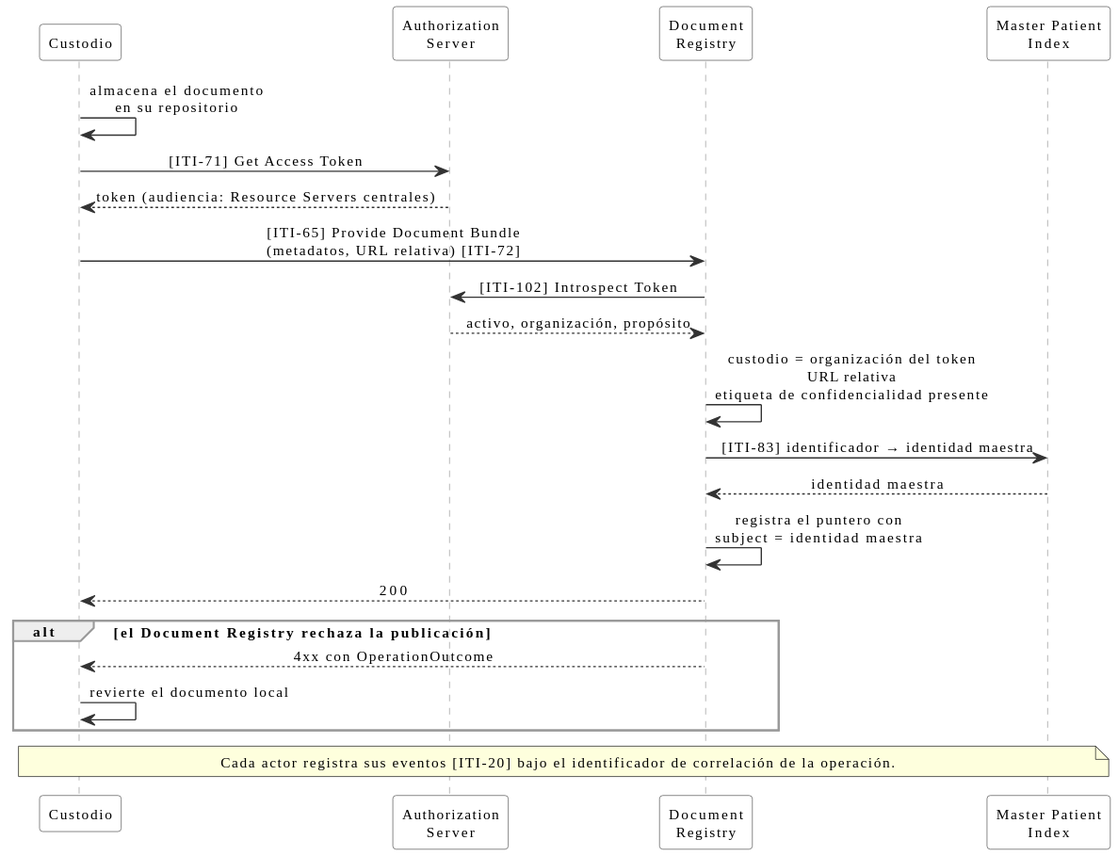
Before: input/images/hix-flujo-publicacion.svg, a diagram exported from PlantUML (meddyg/HIX).
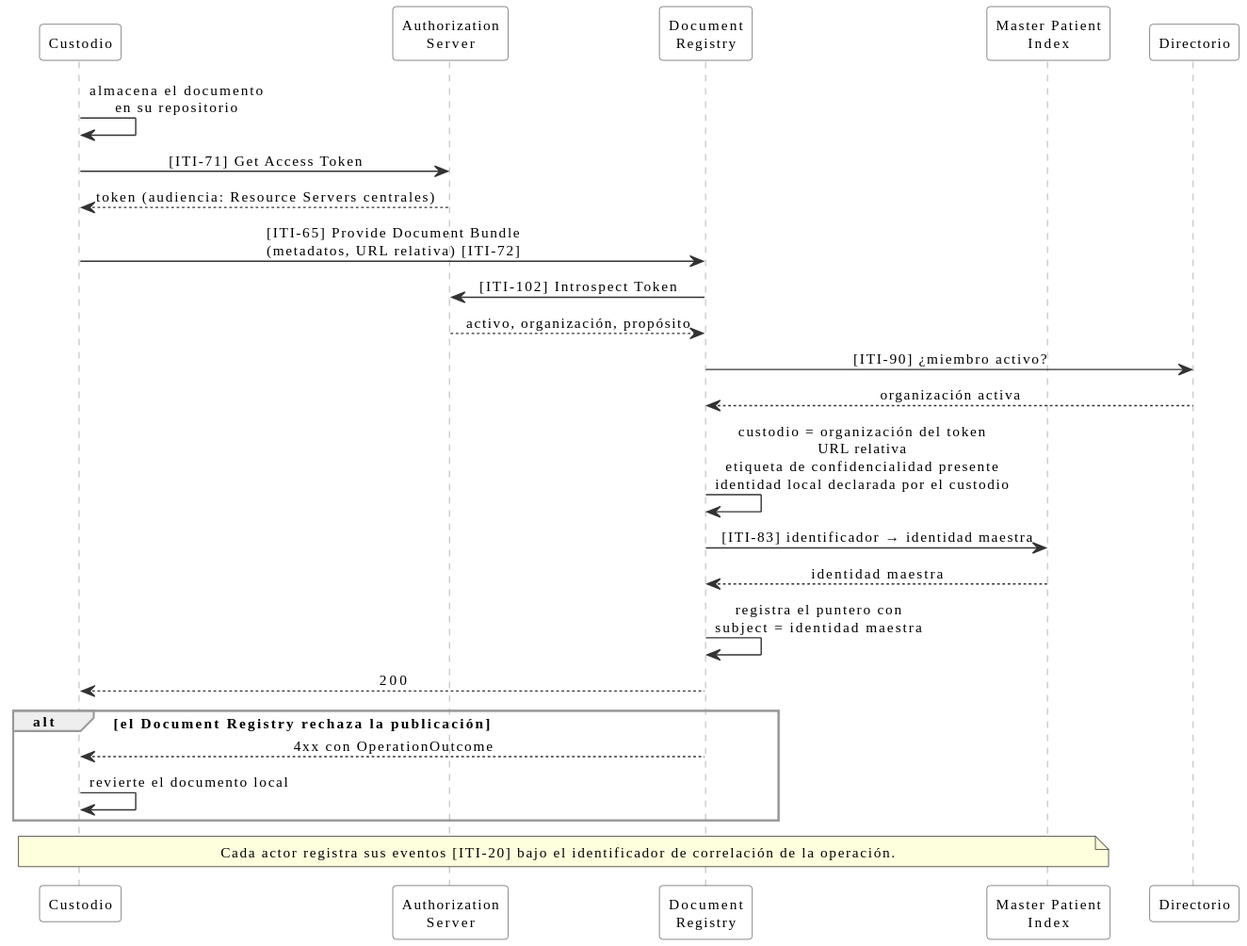
After the change.

Change to the diagram source:
```diff
@@ -16,6 +16,7 @@
 participant "Authorization\nServer" as AS
 participant "Document\nRegistry" as REG
 participant "Master Patient\nIndex" as MPI
+participant "Directorio" as DIR
 
 K -> K : almacena el documento\nen su repositorio
 K -> AS : [ITI-71] Get Access Token
@@ -23,7 +24,9 @@
 K -> REG : [ITI-65] Provide Document Bundle\n(metadatos, URL relativa) [ITI-72]
 REG -> AS : [ITI-102] Introspect Token
 AS --> REG : activo, organización, propósito
-REG -> REG : custodio = organización del token\nURL relativa\netiqueta de confidencialidad presente
+REG -> DIR : [ITI-90] ¿miembro activo?
+DIR --> REG : organización activa
+REG -> REG : custodio = organización del token\nURL relativa\netiqueta de confidencialidad presente\nidentidad local declarada por el custodio
 REG -> MPI : [ITI-83] identificador → identidad maestra
 MPI --> REG : identidad maestra
 REG -> REG : registra el puntero con\nsubject = identidad maestra
```
